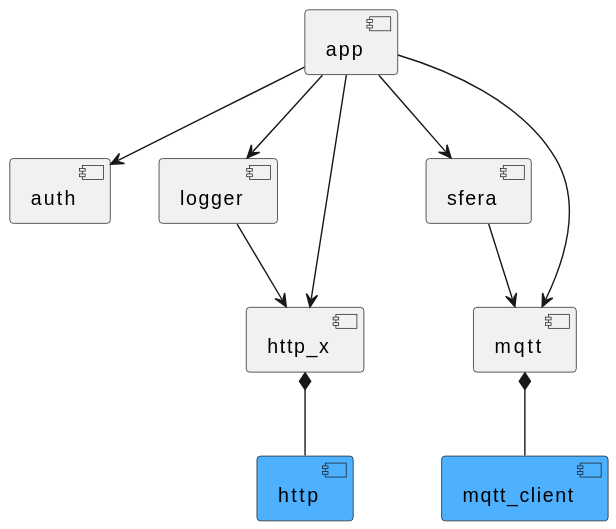
Earlier version of the PlantUML export das_client/components.svg (SchweizerischeBundesbahnen/DAS). The source it was exported from:
```plantuml
@startuml
component app
component auth
component logger
component sfera
component mqtt
component mqtt_client #4DB1FF
component http_x
component http #4DB1FF

app --> auth
app --> sfera
app --> logger
app --> mqtt
app --> http_x

logger --> http_x

sfera --> mqtt

http_x *-- http

mqtt *-- mqtt_client
@enduml
```
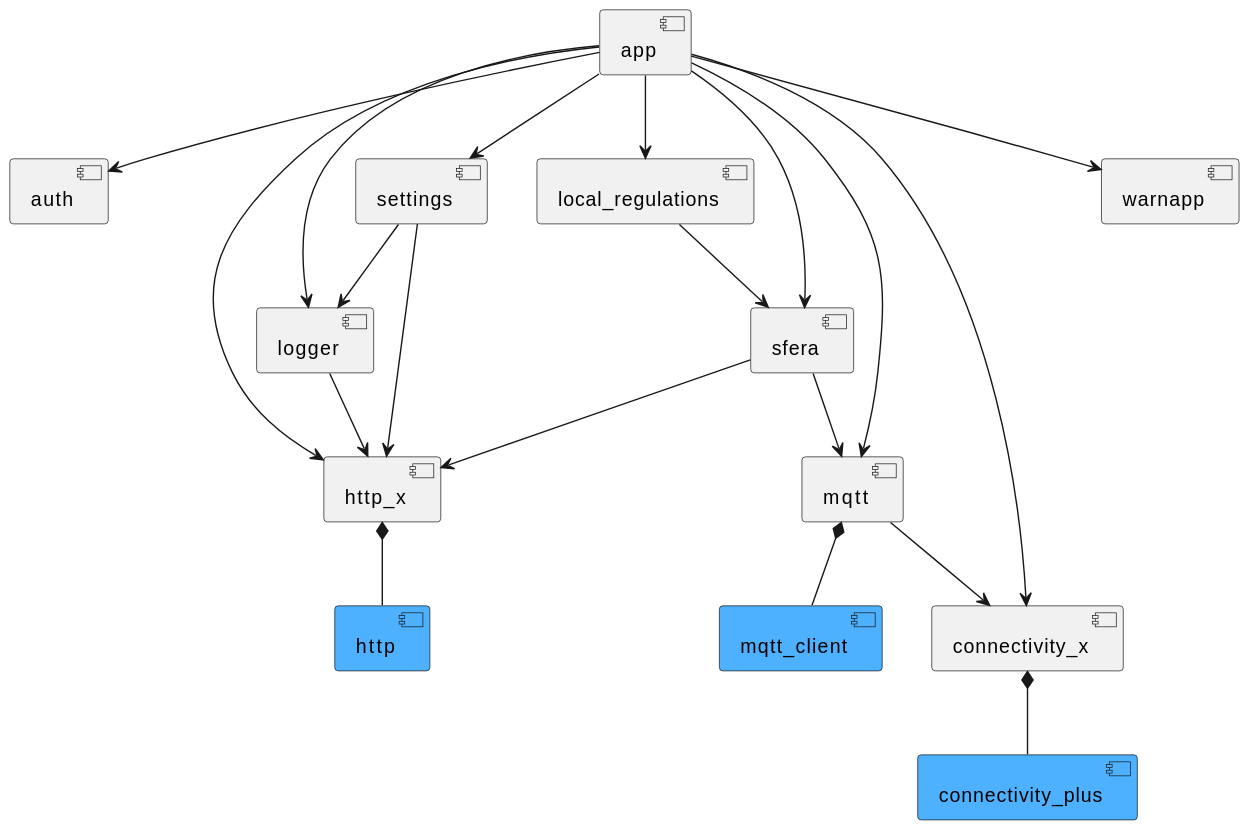
After the change.

What changed in the source:
```diff
@@ -4,21 +4,39 @@
 component logger
 component sfera
 component mqtt
+component connectivity_x
+component local_regulations
+component settings
+component warnapp
 component mqtt_client #4DB1FF
 component http_x
 component http #4DB1FF
+component connectivity_plus #4DB1FF
 
 app --> auth
 app --> sfera
+app --> mqtt
+app --> connectivity_x
+app --> local_regulations
+app --> settings
+app --> warnapp
 app --> logger
-app --> mqtt
 app --> http_x
+
+settings --> http_x
+settings --> logger
 
 logger --> http_x
 
 sfera --> mqtt
+sfera --> http_x
+
+local_regulations --> sfera
 
 http_x *-- http
 
+mqtt --> connectivity_x
 mqtt *-- mqtt_client
+
+connectivity_x *-- connectivity_plus
 @enduml
```
